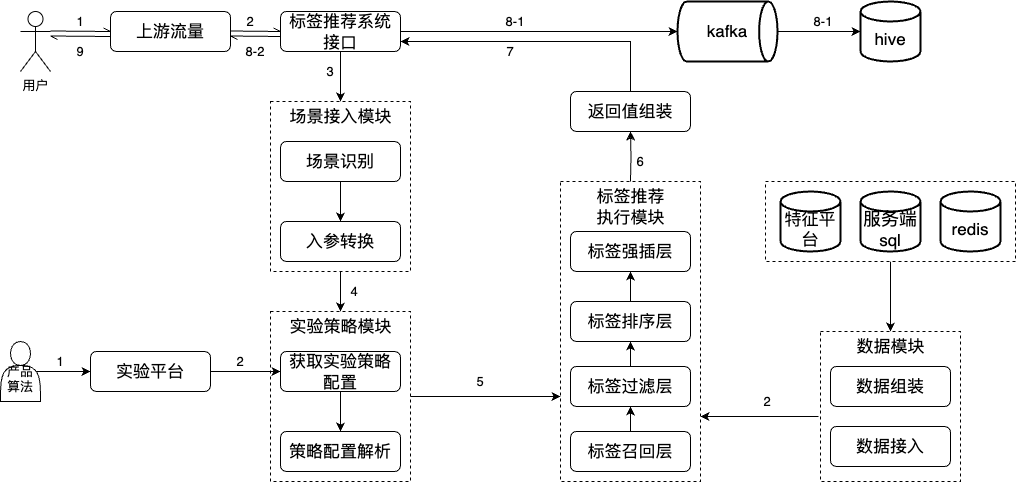
Before: work-draw-file/标签平台数据链路图.png, a diagram exported from draw.io (liujunao/draw-data). Source tidied: cells renumbered, new cells last; positions are measured from the earlier drawing's top-left corner, leaving out a move shared by most shapes. Its diagram source:
```xml
<mxGraphModel>
  <root>
    <mxCell id="0" />
    <mxCell id="1" parent="0" />
    <mxCell id="2" style="edgeStyle=orthogonalEdgeStyle;rounded=0;jettySize=auto;html=1;exitX=0.5;exitY=1;exitDx=0;exitDy=0;entryX=0.5;entryY=0;entryDx=0;entryDy=0;" parent="1" edge="1" source="3" target="33">
      <mxGeometry relative="1" as="geometry" />
    </mxCell>
    <mxCell id="3" style="rounded=0;whiteSpace=wrap;html=1;dashed=1;" parent="1" vertex="1">
      <mxGeometry x="765" y="180" width="250" height="80" as="geometry" />
    </mxCell>
    <mxCell id="4" style="rounded=0;whiteSpace=wrap;html=1;dashed=1;" parent="1" vertex="1">
      <mxGeometry x="820" y="330" width="140" height="150" as="geometry" />
    </mxCell>
    <mxCell id="5" style="rounded=0;whiteSpace=wrap;html=1;dashed=1;" parent="1" vertex="1">
      <mxGeometry x="560" y="180" width="140" height="300" as="geometry" />
    </mxCell>
    <mxCell id="6" style="rounded=0;whiteSpace=wrap;html=1;dashed=1;" parent="1" vertex="1">
      <mxGeometry x="270" y="310" width="140" height="170" as="geometry" />
    </mxCell>
    <mxCell id="7" style="edgeStyle=orthogonalEdgeStyle;rounded=0;jettySize=auto;html=1;exitX=0.5;exitY=1;exitDx=0;exitDy=0;entryX=0.5;entryY=0;entryDx=0;entryDy=0;" parent="1" edge="1" source="8" target="6">
      <mxGeometry relative="1" as="geometry" />
    </mxCell>
    <mxCell id="8" style="rounded=0;whiteSpace=wrap;html=1;dashed=1;" parent="1" vertex="1">
      <mxGeometry x="270" y="100" width="140" height="170" as="geometry" />
    </mxCell>
    <mxCell id="9" style="edgeStyle=orthogonalEdgeStyle;rounded=0;jettySize=auto;html=1;exitX=0.5;exitY=1;exitDx=0;exitDy=0;entryX=0.5;entryY=0;entryDx=0;entryDy=0;" parent="1" edge="1" source="10" target="23">
      <mxGeometry relative="1" as="geometry" />
    </mxCell>
    <mxCell id="10" value="&lt;font size=&quot;3&quot;&gt;标签推荐系统接口&lt;br&gt;&lt;/font&gt;" style="rounded=1;whiteSpace=wrap;html=1;" parent="1" vertex="1">
      <mxGeometry x="280" y="10" width="120" height="40" as="geometry" />
    </mxCell>
    <mxCell id="11" value="&lt;font size=&quot;3&quot;&gt;入参转换&lt;/font&gt;" style="rounded=1;whiteSpace=wrap;html=1;" parent="1" vertex="1">
      <mxGeometry x="280" y="220" width="120" height="40" as="geometry" />
    </mxCell>
    <mxCell id="12" style="edgeStyle=orthogonalEdgeStyle;rounded=0;jettySize=auto;html=1;exitX=0.5;exitY=1;exitDx=0;exitDy=0;entryX=0.5;entryY=0;entryDx=0;entryDy=0;" parent="1" edge="1" source="13" target="14">
      <mxGeometry relative="1" as="geometry" />
    </mxCell>
    <mxCell id="13" value="&lt;font size=&quot;3&quot;&gt;获取实验策略配置&lt;/font&gt;" style="rounded=1;whiteSpace=wrap;html=1;" parent="1" vertex="1">
      <mxGeometry x="280" y="350" width="120" height="40" as="geometry" />
    </mxCell>
    <mxCell id="14" value="&lt;font size=&quot;3&quot;&gt;策略配置解析&lt;/font&gt;" style="rounded=1;whiteSpace=wrap;html=1;" parent="1" vertex="1">
      <mxGeometry x="280" y="430" width="120" height="40" as="geometry" />
    </mxCell>
    <mxCell id="15" style="edgeStyle=orthogonalEdgeStyle;rounded=0;jettySize=auto;html=1;exitX=1;exitY=0.5;exitDx=0;exitDy=0;entryX=0;entryY=0.5;entryDx=0;entryDy=0;" parent="1" edge="1" source="16" target="13">
      <mxGeometry relative="1" as="geometry">
        <Array as="points">
          <mxPoint x="230" y="370" />
          <mxPoint x="230" y="370" />
        </Array>
      </mxGeometry>
    </mxCell>
    <mxCell id="16" value="&lt;font size=&quot;3&quot;&gt;实验平台&lt;/font&gt;" style="rounded=1;whiteSpace=wrap;html=1;" parent="1" vertex="1">
      <mxGeometry x="90" y="350" width="120" height="40" as="geometry" />
    </mxCell>
    <mxCell id="17" style="edgeStyle=orthogonalEdgeStyle;rounded=0;jettySize=auto;html=1;exitX=0.5;exitY=0;exitDx=0;exitDy=0;entryX=0.5;entryY=1;entryDx=0;entryDy=0;" parent="1" edge="1" source="18" target="30">
      <mxGeometry relative="1" as="geometry" />
    </mxCell>
    <mxCell id="18" value="&lt;font size=&quot;3&quot;&gt;标签召回层&lt;/font&gt;" style="rounded=1;whiteSpace=wrap;html=1;" parent="1" vertex="1">
      <mxGeometry x="570" y="430" width="120" height="40" as="geometry" />
    </mxCell>
    <mxCell id="19" value="&lt;font size=&quot;3&quot;&gt;标签强插层&lt;/font&gt;" style="rounded=1;whiteSpace=wrap;html=1;" parent="1" vertex="1">
      <mxGeometry x="570" y="230" width="120" height="40" as="geometry" />
    </mxCell>
    <mxCell id="20" value="&lt;font size=&quot;3&quot;&gt;数据接入&lt;/font&gt;" style="rounded=1;whiteSpace=wrap;html=1;" parent="1" vertex="1">
      <mxGeometry x="830" y="425" width="120" height="40" as="geometry" />
    </mxCell>
    <mxCell id="21" value="&lt;font size=&quot;3&quot;&gt;上游流量&lt;br&gt;&lt;/font&gt;" style="rounded=1;whiteSpace=wrap;html=1;" parent="1" vertex="1">
      <mxGeometry x="110" y="10" width="120" height="40" as="geometry" />
    </mxCell>
    <mxCell id="22" value="用户" style="shape=umlActor;verticalLabelPosition=bottom;verticalAlign=top;html=1;" parent="1" vertex="1">
      <mxGeometry x="20" y="10" width="30" height="60" as="geometry" />
    </mxCell>
    <mxCell id="23" value="&lt;font size=&quot;3&quot;&gt;场景接入模块&lt;/font&gt;" style="text;html=1;strokeColor=none;fillColor=none;align=center;verticalAlign=middle;whiteSpace=wrap;rounded=0;" parent="1" vertex="1">
      <mxGeometry x="287.5" y="100" width="105" height="30" as="geometry" />
    </mxCell>
    <mxCell id="24" style="edgeStyle=orthogonalEdgeStyle;rounded=0;jettySize=auto;html=1;exitX=0.5;exitY=1;exitDx=0;exitDy=0;" parent="1" edge="1" source="25" target="11">
      <mxGeometry relative="1" as="geometry" />
    </mxCell>
    <mxCell id="25" value="&lt;font size=&quot;3&quot;&gt;场景识别&lt;/font&gt;" style="rounded=1;whiteSpace=wrap;html=1;" parent="1" vertex="1">
      <mxGeometry x="280" y="140" width="120" height="40" as="geometry" />
    </mxCell>
    <mxCell id="26" value="&lt;font size=&quot;3&quot;&gt;实验策略模块&lt;/font&gt;" style="text;html=1;strokeColor=none;fillColor=none;align=center;verticalAlign=middle;whiteSpace=wrap;rounded=0;" parent="1" vertex="1">
      <mxGeometry x="287.5" y="310" width="105" height="30" as="geometry" />
    </mxCell>
    <mxCell id="27" style="edgeStyle=orthogonalEdgeStyle;rounded=0;jettySize=auto;html=1;entryX=0.5;entryY=1;entryDx=0;entryDy=0;" parent="1" edge="1" target="36">
      <mxGeometry relative="1" as="geometry">
        <mxPoint x="630" y="180" as="sourcePoint" />
      </mxGeometry>
    </mxCell>
    <mxCell id="28" value="&lt;font size=&quot;3&quot;&gt;标签推荐&lt;br&gt;执行模块&lt;/font&gt;" style="text;html=1;strokeColor=none;fillColor=none;align=center;verticalAlign=middle;whiteSpace=wrap;rounded=0;" parent="1" vertex="1">
      <mxGeometry x="577.5" y="190" width="105" height="30" as="geometry" />
    </mxCell>
    <mxCell id="29" style="edgeStyle=orthogonalEdgeStyle;rounded=0;jettySize=auto;html=1;exitX=0.5;exitY=0;exitDx=0;exitDy=0;entryX=0.5;entryY=1;entryDx=0;entryDy=0;" parent="1" edge="1" source="30" target="32">
      <mxGeometry relative="1" as="geometry" />
    </mxCell>
    <mxCell id="30" value="&lt;font size=&quot;3&quot;&gt;标签过滤层&lt;/font&gt;" style="rounded=1;whiteSpace=wrap;html=1;" parent="1" vertex="1">
      <mxGeometry x="570" y="365" width="120" height="40" as="geometry" />
    </mxCell>
    <mxCell id="31" style="edgeStyle=orthogonalEdgeStyle;rounded=0;jettySize=auto;html=1;exitX=0.5;exitY=0;exitDx=0;exitDy=0;entryX=0.5;entryY=1;entryDx=0;entryDy=0;" parent="1" edge="1" source="32" target="19">
      <mxGeometry relative="1" as="geometry" />
    </mxCell>
    <mxCell id="32" value="&lt;font size=&quot;3&quot;&gt;标签排序层&lt;/font&gt;" style="rounded=1;whiteSpace=wrap;html=1;" parent="1" vertex="1">
      <mxGeometry x="570" y="300" width="120" height="40" as="geometry" />
    </mxCell>
    <mxCell id="33" value="&lt;font size=&quot;3&quot;&gt;数据模块&lt;/font&gt;" style="text;html=1;strokeColor=none;fillColor=none;align=center;verticalAlign=middle;whiteSpace=wrap;rounded=0;" parent="1" vertex="1">
      <mxGeometry x="837.5" y="330" width="105" height="30" as="geometry" />
    </mxCell>
    <mxCell id="34" value="&lt;font size=&quot;3&quot;&gt;数据组装&lt;/font&gt;" style="rounded=1;whiteSpace=wrap;html=1;" parent="1" vertex="1">
      <mxGeometry x="830" y="365" width="120" height="40" as="geometry" />
    </mxCell>
    <mxCell id="35" style="edgeStyle=orthogonalEdgeStyle;rounded=0;jettySize=auto;html=1;exitX=0.5;exitY=0;exitDx=0;exitDy=0;entryX=1;entryY=0.75;entryDx=0;entryDy=0;" parent="1" edge="1" source="36" target="10">
      <mxGeometry relative="1" as="geometry">
        <Array as="points">
          <mxPoint x="630" y="40" />
        </Array>
      </mxGeometry>
    </mxCell>
    <mxCell id="36" value="&lt;font size=&quot;3&quot;&gt;返回值组装&lt;/font&gt;" style="rounded=1;whiteSpace=wrap;html=1;" parent="1" vertex="1">
      <mxGeometry x="570" y="90" width="120" height="40" as="geometry" />
    </mxCell>
    <mxCell id="37" style="endArrow=classic;html=1;rounded=0;exitX=-0.014;exitY=0.641;exitDx=0;exitDy=0;exitPerimeter=0;" parent="1" edge="1">
      <mxGeometry relative="1" as="geometry">
        <mxPoint x="818" y="415" as="sourcePoint" />
        <mxPoint x="700" y="415" as="targetPoint" />
      </mxGeometry>
    </mxCell>
    <mxCell id="38" style="endArrow=classic;html=1;rounded=0;exitX=1;exitY=0.5;exitDx=0;exitDy=0;" parent="1" edge="1" source="6">
      <mxGeometry relative="1" as="geometry">
        <mxPoint x="560" y="395" as="targetPoint" />
      </mxGeometry>
    </mxCell>
    <mxCell id="39" style="endArrow=openAsync;html=1;rounded=0;endFill=0;" parent="1" edge="1">
      <mxGeometry relative="1" as="geometry">
        <mxPoint x="50" y="29.5" as="sourcePoint" />
        <mxPoint x="110" y="30" as="targetPoint" />
      </mxGeometry>
    </mxCell>
    <mxCell id="40" style="endArrow=openAsync;html=1;rounded=0;endFill=0;" parent="1" edge="1">
      <mxGeometry relative="1" as="geometry">
        <mxPoint x="110" y="35" as="sourcePoint" />
        <mxPoint x="50" y="34.5" as="targetPoint" />
      </mxGeometry>
    </mxCell>
    <mxCell id="41" style="endArrow=openAsync;html=1;rounded=0;endFill=0;" parent="1" edge="1">
      <mxGeometry relative="1" as="geometry">
        <mxPoint x="230" y="29.5" as="sourcePoint" />
        <mxPoint x="280" y="30" as="targetPoint" />
      </mxGeometry>
    </mxCell>
    <mxCell id="42" style="endArrow=openAsync;html=1;rounded=0;endFill=0;" parent="1" edge="1">
      <mxGeometry relative="1" as="geometry">
        <mxPoint x="280" y="35" as="sourcePoint" />
        <mxPoint x="230" y="34.5" as="targetPoint" />
      </mxGeometry>
    </mxCell>
    <mxCell id="43" style="edgeStyle=orthogonalEdgeStyle;rounded=0;jettySize=auto;html=1;exitX=1;exitY=0.5;exitDx=0;exitDy=0;exitPerimeter=0;" parent="1" edge="1" source="44" target="46">
      <mxGeometry relative="1" as="geometry" />
    </mxCell>
    <mxCell id="44" value="&lt;font size=&quot;3&quot;&gt;kafka&lt;/font&gt;" style="strokeWidth=2;html=1;shape=mxgraph.flowchart.direct_data;whiteSpace=wrap;" parent="1" vertex="1">
      <mxGeometry x="677" width="100" height="60" as="geometry" />
    </mxCell>
    <mxCell id="45" style="edgeStyle=orthogonalEdgeStyle;rounded=0;jettySize=auto;html=1;exitX=1;exitY=0.5;exitDx=0;exitDy=0;entryX=0;entryY=0.5;entryDx=0;entryDy=0;entryPerimeter=0;" parent="1" edge="1" source="10" target="44">
      <mxGeometry relative="1" as="geometry" />
    </mxCell>
    <mxCell id="46" value="&lt;br&gt;&lt;font size=&quot;3&quot;&gt;hive&lt;/font&gt;" style="strokeWidth=2;html=1;shape=mxgraph.flowchart.database;whiteSpace=wrap;" parent="1" vertex="1">
      <mxGeometry x="860" width="60" height="60" as="geometry" />
    </mxCell>
    <mxCell id="47" value="1" style="text;html=1;strokeColor=none;fillColor=none;align=center;verticalAlign=middle;whiteSpace=wrap;rounded=0;" parent="1" vertex="1">
      <mxGeometry x="70" y="10" width="20" height="20" as="geometry" />
    </mxCell>
    <mxCell id="48" value="2" style="text;html=1;strokeColor=none;fillColor=none;align=center;verticalAlign=middle;whiteSpace=wrap;rounded=0;" parent="1" vertex="1">
      <mxGeometry x="240" y="10" width="20" height="20" as="geometry" />
    </mxCell>
    <mxCell id="49" value="3" style="text;html=1;strokeColor=none;fillColor=none;align=center;verticalAlign=middle;whiteSpace=wrap;rounded=0;" parent="1" vertex="1">
      <mxGeometry x="320" y="60" width="20" height="20" as="geometry" />
    </mxCell>
    <mxCell id="50" value="4" style="text;html=1;strokeColor=none;fillColor=none;align=center;verticalAlign=middle;whiteSpace=wrap;rounded=0;" parent="1" vertex="1">
      <mxGeometry x="344" y="280" width="20" height="20" as="geometry" />
    </mxCell>
    <mxCell id="51" value="5" style="text;html=1;strokeColor=none;fillColor=none;align=center;verticalAlign=middle;whiteSpace=wrap;rounded=0;" parent="1" vertex="1">
      <mxGeometry x="470" y="370" width="20" height="20" as="geometry" />
    </mxCell>
    <mxCell id="52" value="6" style="text;html=1;strokeColor=none;fillColor=none;align=center;verticalAlign=middle;whiteSpace=wrap;rounded=0;" parent="1" vertex="1">
      <mxGeometry x="630" y="150" width="20" height="20" as="geometry" />
    </mxCell>
    <mxCell id="53" value="7" style="text;html=1;strokeColor=none;fillColor=none;align=center;verticalAlign=middle;whiteSpace=wrap;rounded=0;" parent="1" vertex="1">
      <mxGeometry x="500" y="40" width="20" height="20" as="geometry" />
    </mxCell>
    <mxCell id="54" value="8-1" style="text;html=1;strokeColor=none;fillColor=none;align=center;verticalAlign=middle;whiteSpace=wrap;rounded=0;" parent="1" vertex="1">
      <mxGeometry x="500" y="10" width="30" height="20" as="geometry" />
    </mxCell>
    <mxCell id="55" value="8-2" style="text;html=1;strokeColor=none;fillColor=none;align=center;verticalAlign=middle;whiteSpace=wrap;rounded=0;" parent="1" vertex="1">
      <mxGeometry x="240" y="40" width="30" height="20" as="geometry" />
    </mxCell>
    <mxCell id="56" value="9" style="text;html=1;strokeColor=none;fillColor=none;align=center;verticalAlign=middle;whiteSpace=wrap;rounded=0;" parent="1" vertex="1">
      <mxGeometry x="70" y="40" width="20" height="20" as="geometry" />
    </mxCell>
    <mxCell id="57" value="2" style="text;html=1;strokeColor=none;fillColor=none;align=center;verticalAlign=middle;whiteSpace=wrap;rounded=0;" parent="1" vertex="1">
      <mxGeometry x="757" y="390" width="20" height="20" as="geometry" />
    </mxCell>
    <mxCell id="58" style="edgeStyle=orthogonalEdgeStyle;rounded=0;jettySize=auto;html=1;exitX=0.9;exitY=0.5;exitDx=0;exitDy=0;exitPerimeter=0;" parent="1" edge="1" source="59" target="16">
      <mxGeometry relative="1" as="geometry" />
    </mxCell>
    <mxCell id="59" value="&lt;br&gt;产品&lt;br&gt;算法" style="shape=actor;whiteSpace=wrap;html=1;" parent="1" vertex="1">
      <mxGeometry y="340" width="40" height="60" as="geometry" />
    </mxCell>
    <mxCell id="60" value="1" style="text;html=1;strokeColor=none;fillColor=none;align=center;verticalAlign=middle;whiteSpace=wrap;rounded=0;" parent="1" vertex="1">
      <mxGeometry x="50" y="350" width="20" height="20" as="geometry" />
    </mxCell>
    <mxCell id="61" value="2" style="text;html=1;strokeColor=none;fillColor=none;align=center;verticalAlign=middle;whiteSpace=wrap;rounded=0;" parent="1" vertex="1">
      <mxGeometry x="230" y="350" width="20" height="20" as="geometry" />
    </mxCell>
    <mxCell id="62" value="8-1" style="text;html=1;strokeColor=none;fillColor=none;align=center;verticalAlign=middle;whiteSpace=wrap;rounded=0;" parent="1" vertex="1">
      <mxGeometry x="807.5" y="10" width="30" height="20" as="geometry" />
    </mxCell>
    <mxCell id="63" value="&lt;br&gt;&lt;font size=&quot;3&quot;&gt;特征平台&lt;/font&gt;" style="strokeWidth=2;html=1;shape=mxgraph.flowchart.database;whiteSpace=wrap;" parent="1" vertex="1">
      <mxGeometry x="780" y="190" width="60" height="60" as="geometry" />
    </mxCell>
    <mxCell id="64" value="&lt;br&gt;&lt;font style=&quot;font-size: 18px;&quot;&gt;服务端&lt;br&gt;&lt;/font&gt;&lt;font size=&quot;3&quot;&gt;sql&lt;/font&gt;" style="strokeWidth=2;html=1;shape=mxgraph.flowchart.database;whiteSpace=wrap;" parent="1" vertex="1">
      <mxGeometry x="860" y="190" width="60" height="60" as="geometry" />
    </mxCell>
    <mxCell id="65" value="&lt;br&gt;&lt;font size=&quot;3&quot;&gt;redis&lt;/font&gt;" style="strokeWidth=2;html=1;shape=mxgraph.flowchart.database;whiteSpace=wrap;" parent="1" vertex="1">
      <mxGeometry x="940" y="190" width="60" height="60" as="geometry" />
    </mxCell>
  </root>
</mxGraphModel>
```
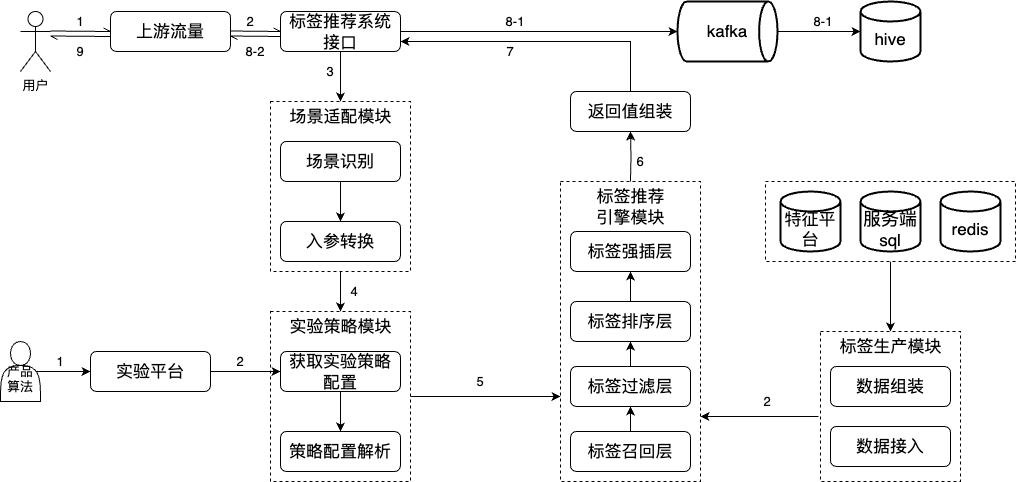
The same file after the commit.

Commit message:
更新标签平台数据链路图.png

The edit, as a diff of the source:
```diff
@@ -70,7 +70,7 @@
     <mxCell id="22" value="用户" style="shape=umlActor;verticalLabelPosition=bottom;verticalAlign=top;html=1;" parent="1" vertex="1">
       <mxGeometry x="20" y="10" width="30" height="60" as="geometry" />
     </mxCell>
-    <mxCell id="23" value="&lt;font size=&quot;3&quot;&gt;场景接入模块&lt;/font&gt;" style="text;html=1;strokeColor=none;fillColor=none;align=center;verticalAlign=middle;whiteSpace=wrap;rounded=0;" parent="1" vertex="1">
+    <mxCell id="23" value="&lt;font size=&quot;3&quot;&gt;场景适配模块&lt;/font&gt;" style="text;html=1;strokeColor=none;fillColor=none;align=center;verticalAlign=middle;whiteSpace=wrap;rounded=0;" parent="1" vertex="1">
       <mxGeometry x="287.5" y="100" width="105" height="30" as="geometry" />
     </mxCell>
     <mxCell id="24" style="edgeStyle=orthogonalEdgeStyle;rounded=0;jettySize=auto;html=1;exitX=0.5;exitY=1;exitDx=0;exitDy=0;" parent="1" edge="1" source="25" target="11">
@@ -87,7 +87,7 @@
         <mxPoint x="630" y="180" as="sourcePoint" />
       </mxGeometry>
     </mxCell>
-    <mxCell id="28" value="&lt;font size=&quot;3&quot;&gt;标签推荐&lt;br&gt;执行模块&lt;/font&gt;" style="text;html=1;strokeColor=none;fillColor=none;align=center;verticalAlign=middle;whiteSpace=wrap;rounded=0;" parent="1" vertex="1">
+    <mxCell id="28" value="&lt;font size=&quot;3&quot;&gt;标签推荐&lt;br&gt;引擎模块&lt;/font&gt;" style="text;html=1;strokeColor=none;fillColor=none;align=center;verticalAlign=middle;whiteSpace=wrap;rounded=0;" parent="1" vertex="1">
       <mxGeometry x="577.5" y="190" width="105" height="30" as="geometry" />
     </mxCell>
     <mxCell id="29" style="edgeStyle=orthogonalEdgeStyle;rounded=0;jettySize=auto;html=1;exitX=0.5;exitY=0;exitDx=0;exitDy=0;entryX=0.5;entryY=1;entryDx=0;entryDy=0;" parent="1" edge="1" source="30" target="32">
@@ -102,7 +102,7 @@
     <mxCell id="32" value="&lt;font size=&quot;3&quot;&gt;标签排序层&lt;/font&gt;" style="rounded=1;whiteSpace=wrap;html=1;" parent="1" vertex="1">
       <mxGeometry x="570" y="300" width="120" height="40" as="geometry" />
     </mxCell>
-    <mxCell id="33" value="&lt;font size=&quot;3&quot;&gt;数据模块&lt;/font&gt;" style="text;html=1;strokeColor=none;fillColor=none;align=center;verticalAlign=middle;whiteSpace=wrap;rounded=0;" parent="1" vertex="1">
+    <mxCell id="33" value="&lt;font size=&quot;3&quot;&gt;标签生产模块&lt;/font&gt;" style="text;html=1;strokeColor=none;fillColor=none;align=center;verticalAlign=middle;whiteSpace=wrap;rounded=0;" parent="1" vertex="1">
       <mxGeometry x="837.5" y="330" width="105" height="30" as="geometry" />
     </mxCell>
     <mxCell id="34" value="&lt;font size=&quot;3&quot;&gt;数据组装&lt;/font&gt;" style="rounded=1;whiteSpace=wrap;html=1;" parent="1" vertex="1">
```
